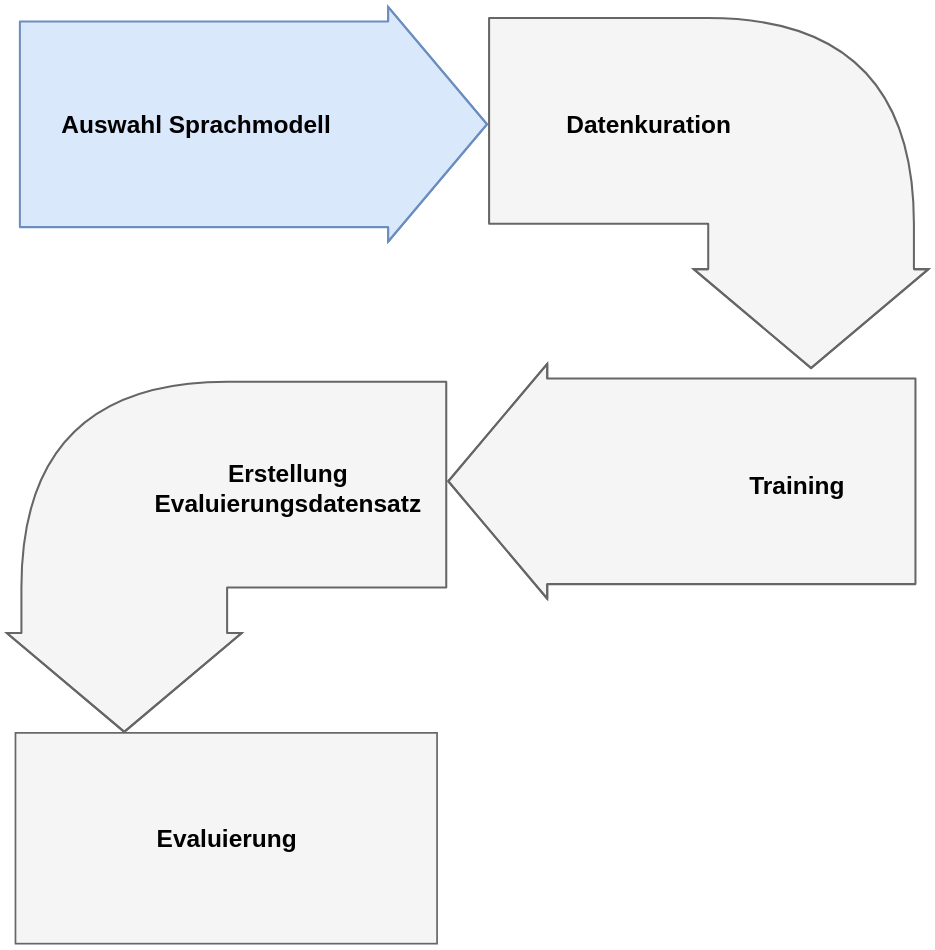
The draw.io diagram praesentationen/Votrag2/zeichnungen.drawio in scorixear/master-thesis, before the edit. Source tidied: cells renumbered, new cells numbered last; positions are measured from the earlier drawing's top-left corner, leaving out a move shared by most shapes. Both pictures are drawn from the tidied source at 34%, with x=0, y=0 at pixel (15, 121).
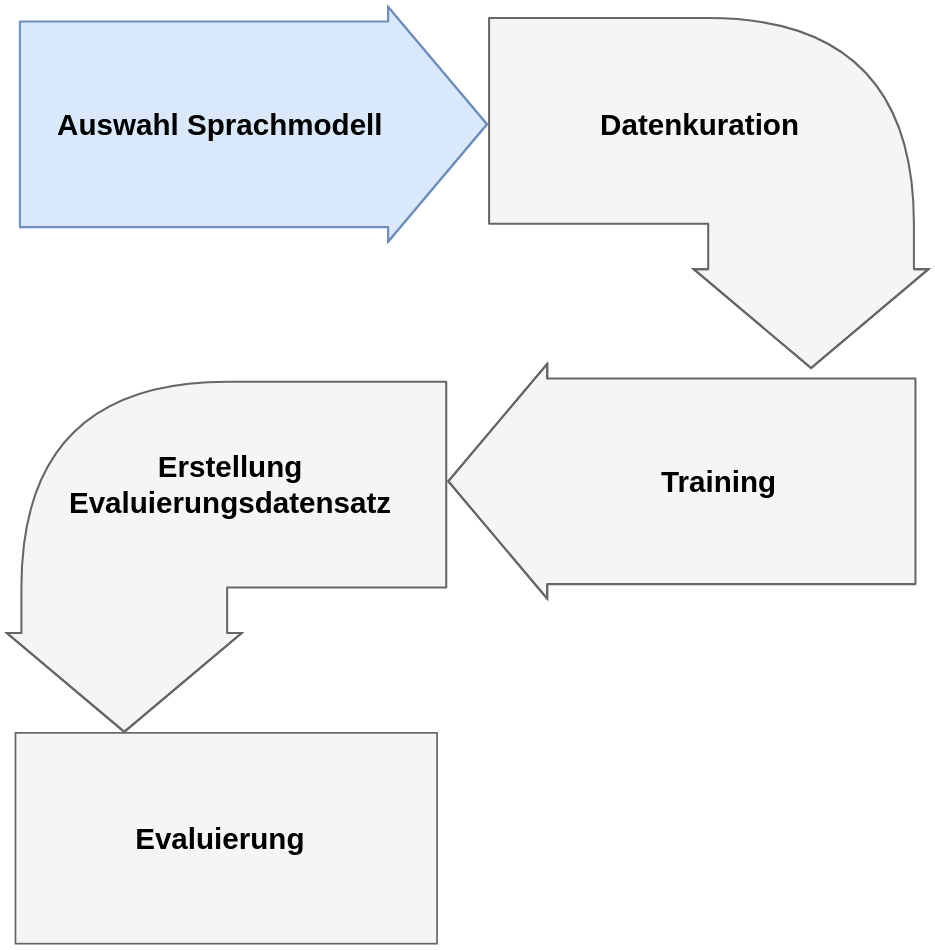
The same page after the edit.

The edit, as a diff of the source:
```diff
@@
-    <mxCell id="2" style="curved=1;endArrow=classic;html=1;strokeWidth=6;fontSize=10;fillColor=#dae8fc;shape=flexArrow;width=600;endSize=95;endWidth=80;strokeColor=#6c8ebf;" parent="1" edge="1">
+    <mxCell id="2" style="curved=1;endArrow=classic;html=1;strokeWidth=6;fontSize=87;fillColor=#dae8fc;shape=flexArrow;width=600;endSize=95;endWidth=80;strokeColor=#6c8ebf;" parent="1" edge="1">
       <mxGeometry x="-0.33" relative="1" as="geometry">
         <mxPoint x="10" y="10" as="sourcePoint" />
         <mxPoint x="1390" y="10" as="targetPoint" />
         <Array as="points">
           <mxPoint x="60" y="10" />
           <mxPoint x="90" y="10" />
           <mxPoint x="110" y="10" />
         </Array>
       </mxGeometry>
     </mxCell>
-    <mxCell id="3" style="curved=1;endArrow=classic;html=1;strokeWidth=6;fontSize=10;fillColor=#f5f5f5;shape=flexArrow;width=600;endSize=95;endWidth=80;strokeColor=#666666;" parent="1" edge="1">
+    <mxCell id="3" style="curved=1;endArrow=classic;html=1;strokeWidth=6;fontSize=87;fillColor=#f5f5f5;shape=flexArrow;width=600;endSize=95;endWidth=80;strokeColor=#666666;" parent="1" edge="1">
       <mxGeometry relative="1" as="geometry">
         <mxPoint x="1390" as="sourcePoint" />
         <mxPoint x="2340" y="730" as="targetPoint" />
         <Array as="points">
           <mxPoint x="1440" />
           <mxPoint x="2340" />
         </Array>
       </mxGeometry>
     </mxCell>
-    <mxCell id="4" style="curved=1;endArrow=classic;html=1;strokeWidth=6;fontSize=10;fillColor=#f5f5f5;shape=flexArrow;width=600;endSize=95;endWidth=80;strokeColor=#666666;" parent="1" edge="1">
+    <mxCell id="4" style="curved=1;endArrow=classic;html=1;strokeWidth=6;fontSize=87;fillColor=#f5f5f5;shape=flexArrow;width=600;endSize=95;endWidth=80;strokeColor=#666666;" parent="1" edge="1">
       <mxGeometry x="-0.33" relative="1" as="geometry">
         <mxPoint x="2650" y="1060" as="sourcePoint" />
         <mxPoint x="1270" y="1060" as="targetPoint" />
         <Array as="points">
           <mxPoint x="2600" y="1060" />
           <mxPoint x="2570" y="1060" />
           <mxPoint x="2550" y="1060" />
         </Array>
       </mxGeometry>
     </mxCell>
-    <mxCell id="5" style="curved=1;endArrow=classic;html=1;strokeWidth=6;fontSize=10;fillColor=#f5f5f5;shape=flexArrow;width=600;endSize=95;endWidth=80;strokeColor=#666666;" parent="1" edge="1">
+    <mxCell id="5" style="curved=1;endArrow=classic;html=1;strokeWidth=6;fontSize=87;fillColor=#f5f5f5;shape=flexArrow;width=600;endSize=95;endWidth=80;strokeColor=#666666;" parent="1" edge="1">
       <mxGeometry relative="1" as="geometry">
         <mxPoint x="1270" y="1070" as="sourcePoint" />
         <mxPoint x="320" y="1800" as="targetPoint" />
         <Array as="points">
           <mxPoint x="1220" y="1070" />
           <mxPoint x="320" y="1070" />
         </Array>
       </mxGeometry>
     </mxCell>
-    <mxCell id="6" style="rounded=0;whiteSpace=wrap;html=1;labelBackgroundColor=none;fontSize=10;fillColor=#f5f5f5;fontColor=#333333;strokeColor=#666666;strokeWidth=5;" parent="1" vertex="1">
+    <mxCell id="6" style="rounded=0;whiteSpace=wrap;html=1;labelBackgroundColor=none;fontSize=87;fillColor=#f5f5f5;fontColor=#333333;strokeColor=#666666;strokeWidth=5;" parent="1" vertex="1">
       <mxGeometry y="1800" width="1240" height="620" as="geometry" />
     </mxCell>
-    <mxCell id="7" value="Erstellung&lt;br style=&quot;font-size: 72px;&quot;&gt;Evaluierungsdatensatz" style="edgeLabel;html=1;align=center;verticalAlign=middle;labelBackgroundColor=none;fontSize=72;fontStyle=1;" parent="1" vertex="1">
-      <mxGeometry x="800" y="1080" as="geometry" />
+    <mxCell id="7" value="Erstellung&lt;br style=&quot;font-size: 87px;&quot;&gt;Evaluierungsdatensatz" style="edgeLabel;html=1;align=center;verticalAlign=middle;labelBackgroundColor=none;fontSize=87;fontStyle=1;" parent="1" vertex="1">
+      <mxGeometry x="630" y="1070" as="geometry" />
     </mxCell>
-    <mxCell id="8" value="Evaluierung" style="edgeLabel;html=1;align=center;verticalAlign=middle;labelBackgroundColor=none;fontSize=72;fontStyle=1;" parent="1" vertex="1">
-      <mxGeometry x="620" y="2110" as="geometry" />
+    <mxCell id="8" value="Evaluierung" style="edgeLabel;html=1;align=center;verticalAlign=middle;labelBackgroundColor=none;fontSize=87;fontStyle=1;" parent="1" vertex="1">
+      <mxGeometry x="600" y="2110" as="geometry" />
     </mxCell>
-    <mxCell id="9" value="Datenkuration" style="edgeLabel;html=1;align=center;verticalAlign=middle;labelBackgroundColor=none;fontSize=72;fontStyle=1;" parent="1" vertex="1">
-      <mxGeometry x="1860" y="10" as="geometry">
+    <mxCell id="9" value="Datenkuration" style="edgeLabel;html=1;align=center;verticalAlign=middle;labelBackgroundColor=none;fontSize=87;fontStyle=1;" parent="1" vertex="1">
+      <mxGeometry x="2010" y="10" as="geometry">
         <mxPoint x="1" y="1" as="offset" />
       </mxGeometry>
     </mxCell>
-    <mxCell id="10" value="Auswahl Sprachmodell" style="edgeLabel;html=1;align=center;verticalAlign=middle;labelBackgroundColor=none;fontSize=72;fontStyle=1;" parent="1" vertex="1">
-      <mxGeometry x="530" y="10" as="geometry" />
+    <mxCell id="10" value="Auswahl Sprachmodell" style="edgeLabel;html=1;align=center;verticalAlign=middle;labelBackgroundColor=none;fontSize=87;fontStyle=1;" parent="1" vertex="1">
+      <mxGeometry x="600" y="10" as="geometry" />
     </mxCell>
-    <mxCell id="11" value="Training" style="edgeLabel;html=1;align=center;verticalAlign=middle;labelBackgroundColor=none;fontSize=72;fontStyle=1;" parent="1" vertex="1">
-      <mxGeometry x="2290" y="1080" as="geometry">
+    <mxCell id="11" value="Training" style="edgeLabel;html=1;align=center;verticalAlign=middle;labelBackgroundColor=none;fontSize=87;fontStyle=1;" parent="1" vertex="1">
+      <mxGeometry x="2060" y="1070" as="geometry">
         <mxPoint x="7" y="-9" as="offset" />
       </mxGeometry>
     </mxCell>
```
